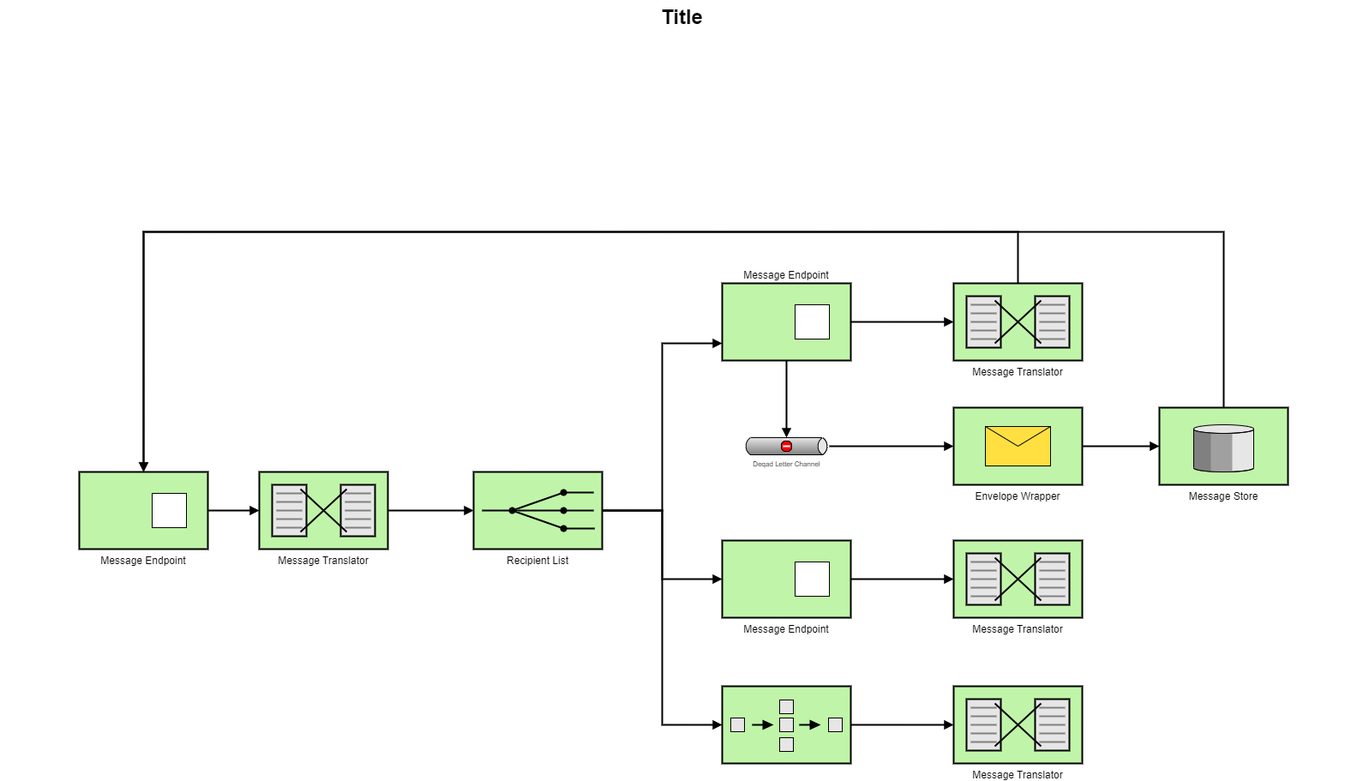
The draw.io diagram Untitled Diagram.drawio.png in HariniRavi490/saleor-ISEC6000-assignment1--task2, before a commit. Source tidied: cells renumbered, new cells last; positions are measured from the earlier drawing's top-left corner, leaving out a move shared by most shapes. Its diagram source:
```xml
<mxGraphModel>
  <root>
    <mxCell id="0" style="html=1;" />
    <mxCell id="1" style="html=1;" parent="0" />
    <mxCell id="2" style="edgeStyle=orthogonalEdgeStyle;rounded=0;html=1;endArrow=block;endFill=1;jettySize=auto;strokeWidth=2;startArrow=none;startFill=0;" parent="1" edge="1" source="3" target="7">
      <mxGeometry relative="1" as="geometry" />
    </mxCell>
    <mxCell id="3" value="Message Translator" style="strokeWidth=2;dashed=0;align=center;fontSize=12;shape=mxgraph.eip.message_translator;fillColor=#c0f5a9;verticalLabelPosition=bottom;verticalAlign=top;" parent="1" vertex="1">
      <mxGeometry x="302" y="550" width="150" height="90" as="geometry" />
    </mxCell>
    <mxCell id="4" style="edgeStyle=orthogonalEdgeStyle;rounded=0;html=1;endArrow=block;endFill=1;jettySize=auto;strokeWidth=2;startArrow=none;startFill=0;" parent="1" edge="1" source="7" target="14">
      <mxGeometry relative="1" as="geometry">
        <Array as="points">
          <mxPoint x="772" y="595" />
          <mxPoint x="772" y="400" />
        </Array>
      </mxGeometry>
    </mxCell>
    <mxCell id="5" style="edgeStyle=orthogonalEdgeStyle;rounded=0;html=1;endArrow=block;endFill=1;jettySize=auto;strokeWidth=2;startArrow=none;startFill=0;" parent="1" edge="1" source="7" target="17">
      <mxGeometry relative="1" as="geometry" />
    </mxCell>
    <mxCell id="6" style="edgeStyle=orthogonalEdgeStyle;rounded=0;html=1;endArrow=block;endFill=1;jettySize=auto;strokeWidth=2;startArrow=none;startFill=0;" parent="1" edge="1" source="7" target="26">
      <mxGeometry relative="1" as="geometry">
        <Array as="points">
          <mxPoint x="772" y="595" />
          <mxPoint x="772" y="845" />
        </Array>
      </mxGeometry>
    </mxCell>
    <mxCell id="7" value="Recipient List" style="strokeWidth=2;dashed=0;align=center;fontSize=12;fillColor=#c0f5a9;verticalLabelPosition=bottom;verticalAlign=top;shape=mxgraph.eip.recipient_list;" parent="1" vertex="1">
      <mxGeometry x="552" y="550" width="150" height="90" as="geometry" />
    </mxCell>
    <mxCell id="8" style="edgeStyle=orthogonalEdgeStyle;rounded=0;html=1;endArrow=block;endFill=1;jettySize=auto;strokeWidth=2;startArrow=none;startFill=0;" parent="1" edge="1" source="9" target="3">
      <mxGeometry relative="1" as="geometry" />
    </mxCell>
    <mxCell id="9" value="Message Endpoint" style="strokeWidth=2;dashed=0;align=center;fontSize=12;shape=rect;verticalLabelPosition=bottom;verticalAlign=top;fillColor=#c0f5a9;" parent="1" vertex="1">
      <mxGeometry x="92" y="550" width="150" height="90" as="geometry" />
    </mxCell>
    <mxCell id="10" style="strokeWidth=1;dashed=0;align=center;fontSize=8;shape=rect;fillColor=#ffffff;strokeColor=#000000;" parent="9" vertex="1">
      <mxGeometry x="85" y="25" width="40" height="40" as="geometry" />
    </mxCell>
    <mxCell id="11" style="edgeStyle=orthogonalEdgeStyle;rounded=0;html=1;endArrow=block;endFill=1;jettySize=auto;strokeWidth=2;startArrow=none;startFill=0;" parent="1" edge="1" source="14" target="19">
      <mxGeometry relative="1" as="geometry" />
    </mxCell>
    <mxCell id="12" style="edgeStyle=orthogonalEdgeStyle;rounded=0;html=1;endArrow=block;endFill=1;jettySize=auto;strokeWidth=2;startArrow=none;startFill=0;" parent="1" edge="1" source="14" target="22">
      <mxGeometry relative="1" as="geometry" />
    </mxCell>
    <mxCell id="13" style="edgeStyle=orthogonalEdgeStyle;rounded=0;html=1;endArrow=block;endFill=1;jettySize=auto;strokeWidth=2;startArrow=none;startFill=0;" parent="1" edge="1" source="19" target="9">
      <mxGeometry relative="1" as="geometry">
        <Array as="points">
          <mxPoint x="1187" y="270" />
          <mxPoint x="167" y="270" />
        </Array>
      </mxGeometry>
    </mxCell>
    <mxCell id="14" value="Message Endpoint" style="strokeWidth=2;dashed=0;align=center;fontSize=12;shape=rect;verticalLabelPosition=top;verticalAlign=bottom;fillColor=#c0f5a9;labelPosition=center;" parent="1" vertex="1">
      <mxGeometry x="842" y="330" width="150" height="90" as="geometry" />
    </mxCell>
    <mxCell id="15" style="strokeWidth=1;dashed=0;align=center;fontSize=8;shape=rect;fillColor=#ffffff;strokeColor=#000000;" parent="14" vertex="1">
      <mxGeometry x="85" y="25" width="40" height="40" as="geometry" />
    </mxCell>
    <mxCell id="16" style="edgeStyle=orthogonalEdgeStyle;rounded=0;html=1;endArrow=block;endFill=1;jettySize=auto;strokeWidth=2;startArrow=none;startFill=0;" parent="1" edge="1" source="17" target="20">
      <mxGeometry relative="1" as="geometry" />
    </mxCell>
    <mxCell id="17" value="Message Endpoint" style="strokeWidth=2;dashed=0;align=center;fontSize=12;shape=rect;verticalLabelPosition=bottom;verticalAlign=top;fillColor=#c0f5a9;" parent="1" vertex="1">
      <mxGeometry x="842" y="630" width="150" height="90" as="geometry" />
    </mxCell>
    <mxCell id="18" style="strokeWidth=1;dashed=0;align=center;fontSize=8;shape=rect;" parent="17" vertex="1">
      <mxGeometry x="85" y="25" width="40" height="40" as="geometry" />
    </mxCell>
    <mxCell id="19" value="Message Translator" style="strokeWidth=2;dashed=0;align=center;fontSize=12;shape=mxgraph.eip.message_translator;fillColor=#c0f5a9;verticalLabelPosition=bottom;verticalAlign=top;" parent="1" vertex="1">
      <mxGeometry x="1112" y="330" width="150" height="90" as="geometry" />
    </mxCell>
    <mxCell id="20" value="Message Translator" style="strokeWidth=2;dashed=0;align=center;fontSize=12;shape=mxgraph.eip.message_translator;fillColor=#c0f5a9;verticalLabelPosition=bottom;verticalAlign=top;" parent="1" vertex="1">
      <mxGeometry x="1112" y="630" width="150" height="90" as="geometry" />
    </mxCell>
    <mxCell id="21" style="edgeStyle=orthogonalEdgeStyle;rounded=0;html=1;endArrow=block;endFill=1;jettySize=auto;strokeWidth=2;startArrow=none;startFill=0;" parent="1" edge="1" source="22" target="24">
      <mxGeometry relative="1" as="geometry" />
    </mxCell>
    <mxCell id="22" value="Deqad Letter Channel" style="strokeWidth=1;dashed=0;align=center;html=1;fontSize=8;shape=mxgraph.eip.deadLetterChannel;verticalLabelPosition=bottom;labelBackgroundColor=#ffffff;verticalAlign=top;" parent="1" vertex="1">
      <mxGeometry x="867" y="510" width="100" height="20" as="geometry" />
    </mxCell>
    <mxCell id="23" style="edgeStyle=orthogonalEdgeStyle;rounded=0;html=1;endArrow=block;endFill=1;jettySize=auto;strokeWidth=2;startArrow=none;startFill=0;" parent="1" edge="1" source="24" target="28">
      <mxGeometry relative="1" as="geometry" />
    </mxCell>
    <mxCell id="24" value="Envelope Wrapper" style="strokeWidth=2;dashed=0;align=center;fontSize=12;fillColor=#c0f5a9;verticalLabelPosition=bottom;verticalAlign=top;shape=mxgraph.eip.envelope_wrapper;" parent="1" vertex="1">
      <mxGeometry x="1112" y="475" width="150" height="90" as="geometry" />
    </mxCell>
    <mxCell id="25" style="edgeStyle=orthogonalEdgeStyle;rounded=0;html=1;endArrow=block;endFill=1;jettySize=auto;strokeWidth=2;startArrow=none;startFill=0;" parent="1" edge="1" source="26" target="29">
      <mxGeometry relative="1" as="geometry" />
    </mxCell>
    <mxCell id="26" style="strokeWidth=2;dashed=0;align=center;fontSize=12;fillColor=#c0f5a9;verticalLabelPosition=bottom;verticalAlign=top;shape=mxgraph.eip.composed_message_processor;" parent="1" vertex="1">
      <mxGeometry x="842" y="800" width="150" height="90" as="geometry" />
    </mxCell>
    <mxCell id="27" style="edgeStyle=orthogonalEdgeStyle;rounded=0;html=1;endArrow=block;endFill=1;jettySize=auto;fontSize=12;strokeWidth=2;startArrow=none;startFill=0;" parent="1" edge="1" source="28" target="9">
      <mxGeometry relative="1" as="geometry">
        <Array as="points">
          <mxPoint x="1427" y="270" />
          <mxPoint x="167" y="270" />
        </Array>
      </mxGeometry>
    </mxCell>
    <mxCell id="28" value="Message Store" style="strokeWidth=2;dashed=0;align=center;fontSize=12;verticalLabelPosition=bottom;verticalAlign=top;shape=mxgraph.eip.message_store;fillColor=#c0f5a9;" parent="1" vertex="1">
      <mxGeometry x="1352" y="475" width="150" height="90" as="geometry" />
    </mxCell>
    <mxCell id="29" value="Message Translator" style="strokeWidth=2;dashed=0;align=center;fontSize=12;shape=mxgraph.eip.message_translator;fillColor=#c0f5a9;verticalLabelPosition=bottom;verticalAlign=top;" parent="1" vertex="1">
      <mxGeometry x="1112" y="800" width="150" height="90" as="geometry" />
    </mxCell>
    <mxCell id="30" value="Title" style="text;strokeColor=none;fillColor=none;html=1;fontSize=24;fontStyle=1;verticalAlign=middle;align=center;" parent="1" vertex="1">
      <mxGeometry width="1590" height="40" as="geometry" />
    </mxCell>
  </root>
</mxGraphModel>
```
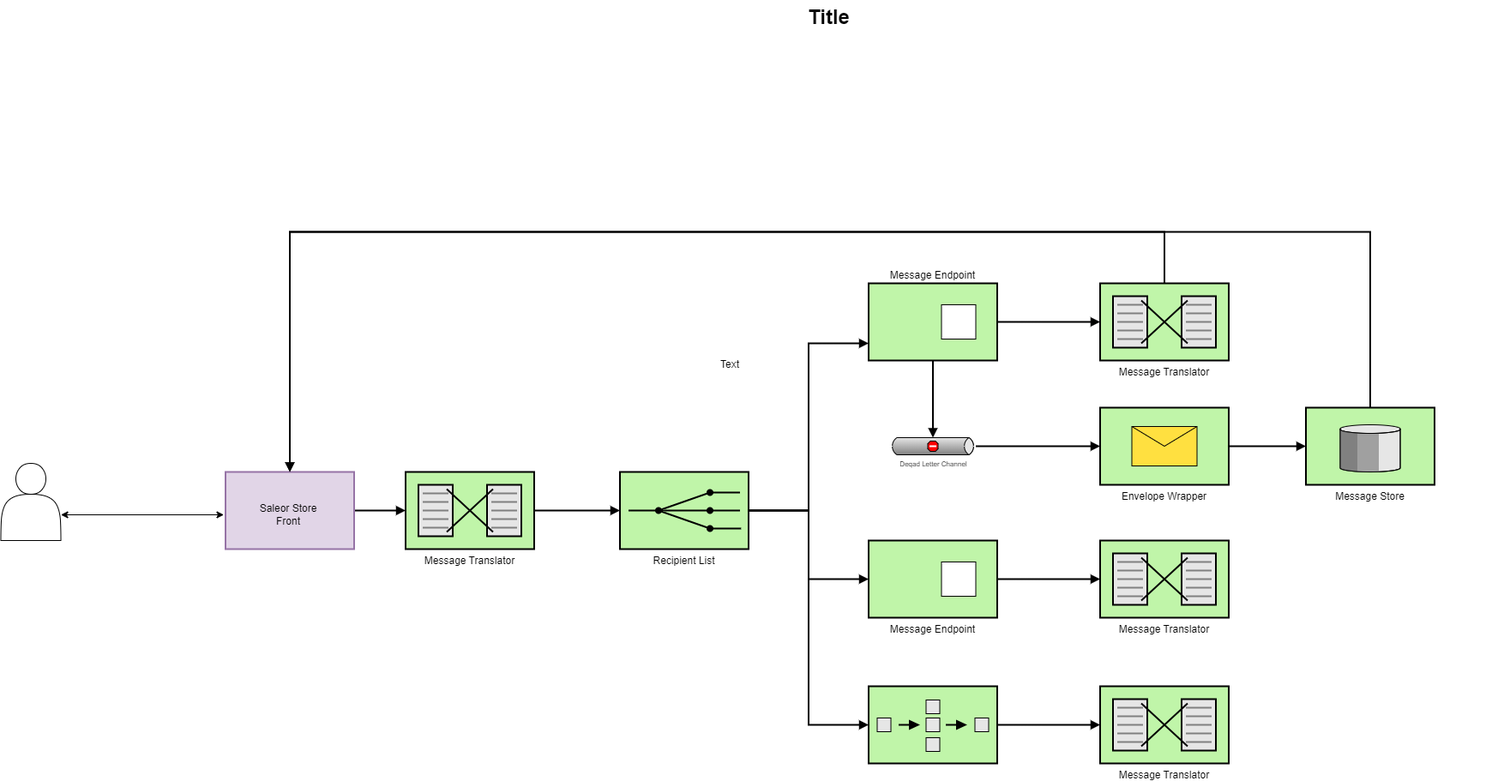
Later version of the same file.

Change to the diagram source:
```diff
@@ -33,12 +33,9 @@
     <mxCell id="8" style="edgeStyle=orthogonalEdgeStyle;rounded=0;html=1;endArrow=block;endFill=1;jettySize=auto;strokeWidth=2;startArrow=none;startFill=0;" parent="1" edge="1" source="9" target="3">
       <mxGeometry relative="1" as="geometry" />
     </mxCell>
-    <mxCell id="9" value="Message Endpoint" style="strokeWidth=2;dashed=0;align=center;fontSize=12;shape=rect;verticalLabelPosition=bottom;verticalAlign=top;fillColor=#c0f5a9;" parent="1" vertex="1">
+    <mxCell id="9" style="strokeWidth=2;dashed=0;align=center;fontSize=12;shape=rect;verticalLabelPosition=middle;verticalAlign=middle;fillColor=#e1d5e7;labelPosition=center;strokeColor=#9673a6;" parent="1" vertex="1">
       <mxGeometry x="92" y="550" width="150" height="90" as="geometry" />
     </mxCell>
-    <mxCell id="10" style="strokeWidth=1;dashed=0;align=center;fontSize=8;shape=rect;fillColor=#ffffff;strokeColor=#000000;" parent="9" vertex="1">
-      <mxGeometry x="85" y="25" width="40" height="40" as="geometry" />
-    </mxCell>
     <mxCell id="11" style="edgeStyle=orthogonalEdgeStyle;rounded=0;html=1;endArrow=block;endFill=1;jettySize=auto;strokeWidth=2;startArrow=none;startFill=0;" parent="1" edge="1" source="14" target="19">
       <mxGeometry relative="1" as="geometry" />
     </mxCell>
@@ -109,5 +106,20 @@
     <mxCell id="30" value="Title" style="text;strokeColor=none;fillColor=none;html=1;fontSize=24;fontStyle=1;verticalAlign=middle;align=center;" parent="1" vertex="1">
       <mxGeometry width="1590" height="40" as="geometry" />
     </mxCell>
+    <mxCell id="31" style="shape=actor;whiteSpace=wrap;html=1;" parent="1" vertex="1">
+      <mxGeometry x="-170" y="540" width="70" height="90" as="geometry" />
+    </mxCell>
+    <mxCell id="32" style="endArrow=classic;startArrow=classic;html=1;rounded=0;" parent="1" edge="1">
+      <mxGeometry relative="1" as="geometry">
+        <mxPoint x="-100" y="600" as="sourcePoint" />
+        <mxPoint x="90" y="600" as="targetPoint" />
+      </mxGeometry>
+    </mxCell>
+    <mxCell id="33" value="Text" style="text;html=1;strokeColor=none;fillColor=none;align=center;verticalAlign=middle;whiteSpace=wrap;rounded=0;" parent="1" vertex="1">
+      <mxGeometry x="650" y="410" width="60" height="30" as="geometry" />
+    </mxCell>
+    <mxCell id="34" value="Saleor Store Front" style="text;html=1;strokeColor=none;fillColor=none;align=center;verticalAlign=middle;whiteSpace=wrap;rounded=0;shadow=0;" parent="1" vertex="1">
+      <mxGeometry x="120" y="570" width="90" height="60" as="geometry" />
+    </mxCell>
   </root>
 </mxGraphModel>
```
